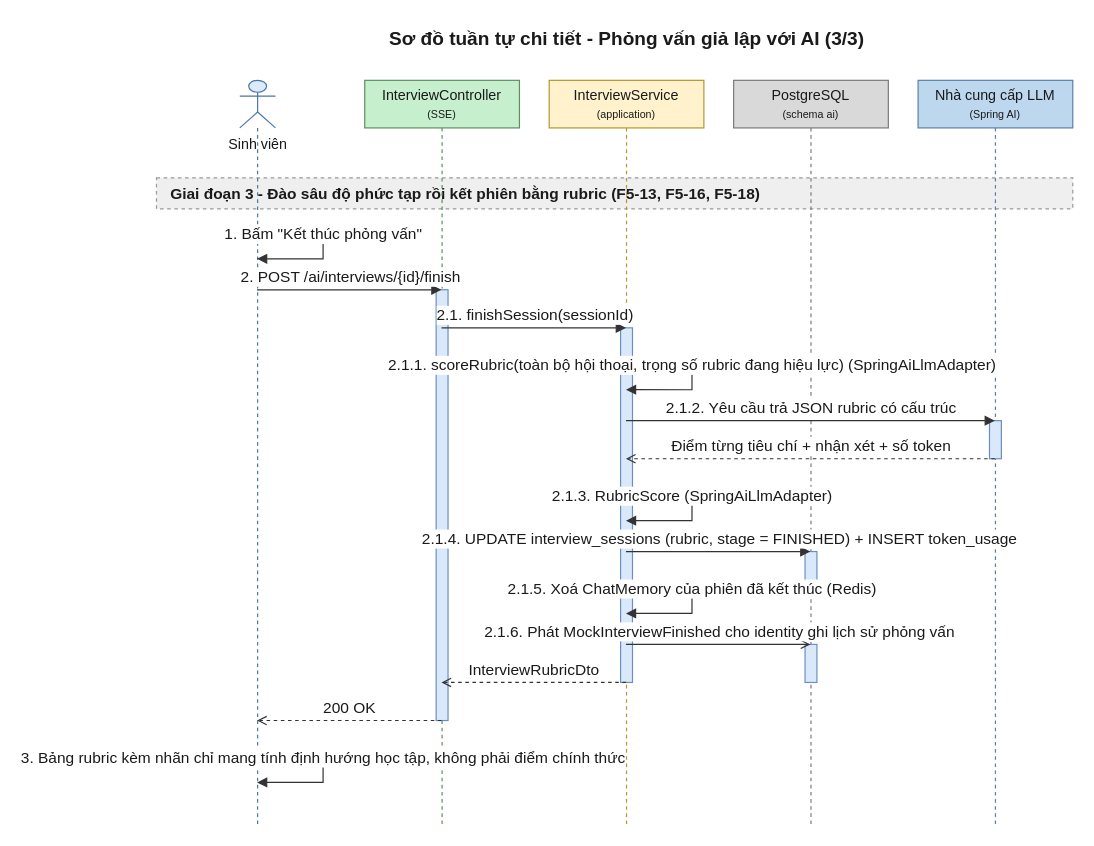
The draw.io diagram 08-diagram/sequence/user/sequence_user_phong_van_gia_lap_ai_p3.drawio in daiphu1801/PRJ_ALGOPREP, before the edit. Source tidied: cells renumbered, new cells numbered last; positions are measured from the earlier drawing's top-left corner, leaving out a move shared by most shapes. Both pictures are drawn from the tidied source at 119%, with x=0, y=0 at pixel (156, 20).
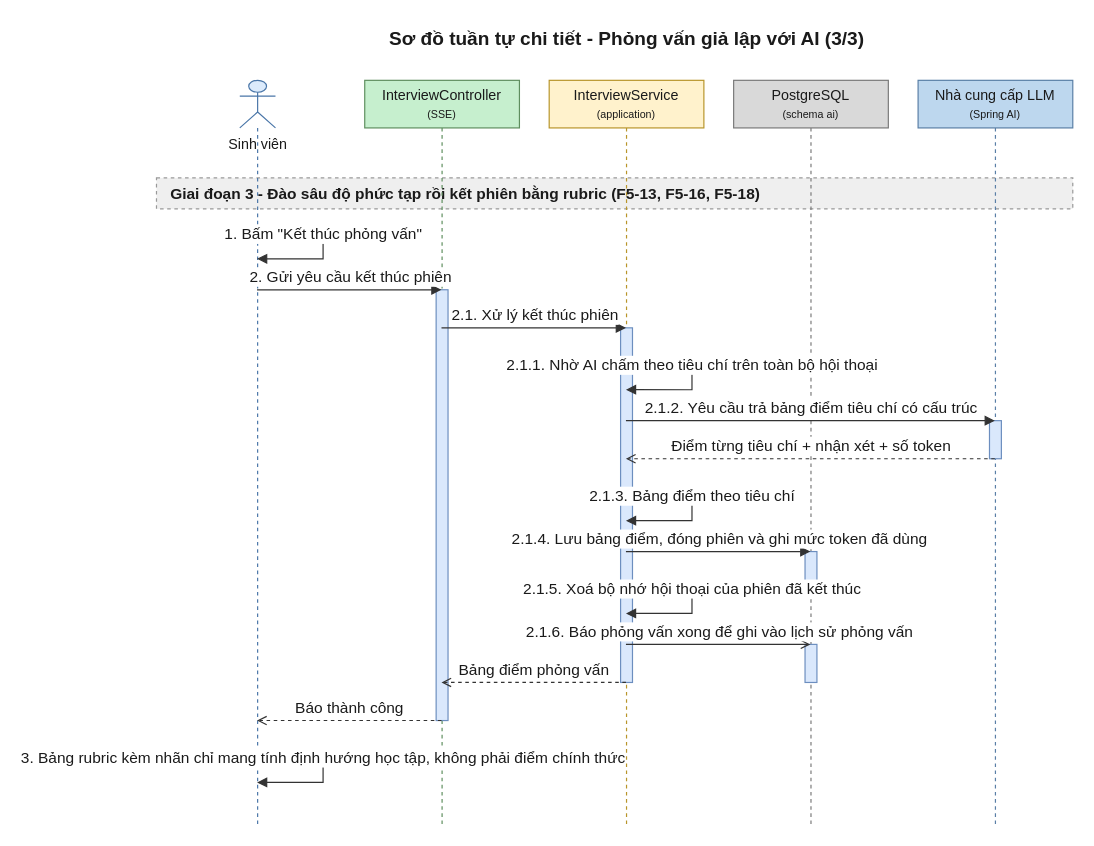
After the change.

Unchanged cells that the change refers to:
```xml
<mxCell id="4" value="Sinh viên" style="shape=umlLifeline;participant=umlActor;perimeter=lifelinePerimeter;html=1;outlineConnect=0;size=40;verticalAlign=top;spacingTop=40;fillColor=#DCEBFC;strokeColor=#4A76A8;fontColor=#1A1A1A;" parent="1" vertex="1">
  <mxGeometry x="70" y="50" width="30" height="626" as="geometry" />
</mxCell>
<mxCell id="5" value="InterviewController&lt;br&gt;&lt;font style=&quot;font-size:9px&quot;&gt;(SSE)&lt;/font&gt;" style="shape=umlLifeline;perimeter=lifelinePerimeter;whiteSpace=wrap;html=1;outlineConnect=0;size=40;fillColor=#C6EFCE;strokeColor=#5E8E5E;fontColor=#1A1A1A;" parent="1" vertex="1">
  <mxGeometry x="175" y="50" width="130" height="626" as="geometry" />
</mxCell>
<mxCell id="6" value="InterviewService&lt;br&gt;&lt;font style=&quot;font-size:9px&quot;&gt;(application)&lt;/font&gt;" style="shape=umlLifeline;perimeter=lifelinePerimeter;whiteSpace=wrap;html=1;outlineConnect=0;size=40;fillColor=#FFF2CC;strokeColor=#B8952A;fontColor=#1A1A1A;" parent="1" vertex="1">
  <mxGeometry x="330" y="50" width="130" height="626" as="geometry" />
</mxCell>
<mxCell id="7" value="PostgreSQL&lt;br&gt;&lt;font style=&quot;font-size:9px&quot;&gt;(schema ai)&lt;/font&gt;" style="shape=umlLifeline;perimeter=lifelinePerimeter;whiteSpace=wrap;html=1;outlineConnect=0;size=40;fillColor=#D9D9D9;strokeColor=#7A7A7A;fontColor=#1A1A1A;" parent="1" vertex="1">
  <mxGeometry x="485" y="50" width="130" height="626" as="geometry" />
</mxCell>
<mxCell id="8" value="Nhà cung cấp LLM&lt;br&gt;&lt;font style=&quot;font-size:9px&quot;&gt;(Spring AI)&lt;/font&gt;" style="shape=umlLifeline;perimeter=lifelinePerimeter;whiteSpace=wrap;html=1;outlineConnect=0;size=40;fillColor=#BDD7EE;strokeColor=#5A7FA6;fontColor=#1A1A1A;" parent="1" vertex="1">
  <mxGeometry x="640" y="50" width="130" height="626" as="geometry" />
</mxCell>
```

Diff of the diagram source:
```diff
@@
-    <mxCell id="15" value="2. POST /ai/interviews/{id}/finish" style="edgeStyle=none;html=1;endArrow=block;endFill=1;strokeColor=#333333;fontColor=#1A1A1A;fontSize=13;verticalAlign=bottom;exitX=0.5;exitY=0.2812;exitDx=0;exitDy=0;entryX=0.5;entryY=0.2812;entryDx=0;entryDy=0;" parent="1" edge="1" source="4" target="5">
+    <mxCell id="15" value="2. Gửi yêu cầu kết thúc phiên" style="edgeStyle=none;html=1;endArrow=block;endFill=1;strokeColor=#333333;fontColor=#1A1A1A;fontSize=13;verticalAlign=bottom;exitX=0.5;exitY=0.2812;exitDx=0;exitDy=0;entryX=0.5;entryY=0.2812;entryDx=0;entryDy=0;" parent="1" edge="1" source="4" target="5">
       <mxGeometry relative="1" as="geometry" />
     </mxCell>
-    <mxCell id="16" value="2.1. finishSession(sessionId)" style="edgeStyle=none;html=1;endArrow=block;endFill=1;strokeColor=#333333;fontColor=#1A1A1A;fontSize=13;verticalAlign=bottom;exitX=0.5;exitY=0.3323;exitDx=0;exitDy=0;entryX=0.5;entryY=0.3323;entryDx=0;entryDy=0;" parent="1" edge="1" source="5" target="6">
+    <mxCell id="16" value="2.1. Xử lý kết thúc phiên" style="edgeStyle=none;html=1;endArrow=block;endFill=1;strokeColor=#333333;fontColor=#1A1A1A;fontSize=13;verticalAlign=bottom;exitX=0.5;exitY=0.3323;exitDx=0;exitDy=0;entryX=0.5;entryY=0.3323;entryDx=0;entryDy=0;" parent="1" edge="1" source="5" target="6">
       <mxGeometry relative="1" as="geometry" />
     </mxCell>
-    <mxCell id="17" value="2.1.1. scoreRubric(toàn bộ hội thoại, trọng số rubric đang hiệu lực) (SpringAiLlmAdapter)" style="edgeStyle=orthogonalEdgeStyle;rounded=0;html=1;endArrow=block;endFill=1;strokeColor=#333333;fontColor=#1A1A1A;fontSize=13;verticalAlign=bottom;exitX=0.5;exitY=0.3834;exitDx=0;exitDy=0;entryX=0.5;entryY=0.4153;entryDx=0;entryDy=0;" parent="1" edge="1" source="6" target="6">
+    <mxCell id="17" value="2.1.1. Nhờ AI chấm theo tiêu chí trên toàn bộ hội thoại" style="edgeStyle=orthogonalEdgeStyle;rounded=0;html=1;endArrow=block;endFill=1;strokeColor=#333333;fontColor=#1A1A1A;fontSize=13;verticalAlign=bottom;exitX=0.5;exitY=0.3834;exitDx=0;exitDy=0;entryX=0.5;entryY=0.4153;entryDx=0;entryDy=0;" parent="1" edge="1" source="6" target="6">
       <mxGeometry relative="1" as="geometry">
         <Array as="points">
           <mxPoint x="450" y="290" />
           <mxPoint x="450" y="310" />
         </Array>
       </mxGeometry>
     </mxCell>
-    <mxCell id="18" value="2.1.2. Yêu cầu trả JSON rubric có cấu trúc" style="edgeStyle=none;html=1;endArrow=block;endFill=1;strokeColor=#333333;fontColor=#1A1A1A;fontSize=13;verticalAlign=bottom;exitX=0.5;exitY=0.4569;exitDx=0;exitDy=0;entryX=0.5;entryY=0.4569;entryDx=0;entryDy=0;" parent="1" edge="1" source="6" target="8">
+    <mxCell id="18" value="2.1.2. Yêu cầu trả bảng điểm tiêu chí có cấu trúc" style="edgeStyle=none;html=1;endArrow=block;endFill=1;strokeColor=#333333;fontColor=#1A1A1A;fontSize=13;verticalAlign=bottom;exitX=0.5;exitY=0.4569;exitDx=0;exitDy=0;entryX=0.5;entryY=0.4569;entryDx=0;entryDy=0;" parent="1" edge="1" source="6" target="8">
       <mxGeometry relative="1" as="geometry" />
     </mxCell>
@@
-    <mxCell id="20" value="2.1.3. RubricScore (SpringAiLlmAdapter)" style="edgeStyle=orthogonalEdgeStyle;rounded=0;html=1;endArrow=block;endFill=1;strokeColor=#333333;fontColor=#1A1A1A;fontSize=13;verticalAlign=bottom;exitX=0.5;exitY=0.5591;exitDx=0;exitDy=0;entryX=0.5;entryY=0.5911;entryDx=0;entryDy=0;" parent="1" edge="1" source="6" target="6">
+    <mxCell id="20" value="2.1.3. Bảng điểm theo tiêu chí" style="edgeStyle=orthogonalEdgeStyle;rounded=0;html=1;endArrow=block;endFill=1;strokeColor=#333333;fontColor=#1A1A1A;fontSize=13;verticalAlign=bottom;exitX=0.5;exitY=0.5591;exitDx=0;exitDy=0;entryX=0.5;entryY=0.5911;entryDx=0;entryDy=0;" parent="1" edge="1" source="6" target="6">
       <mxGeometry relative="1" as="geometry">
         <Array as="points">
           <mxPoint x="450" y="400" />
           <mxPoint x="450" y="420" />
         </Array>
       </mxGeometry>
     </mxCell>
-    <mxCell id="21" value="2.1.4. UPDATE interview_sessions (rubric, stage = FINISHED) + INSERT token_usage" style="edgeStyle=none;html=1;endArrow=block;endFill=1;strokeColor=#333333;fontColor=#1A1A1A;fontSize=13;verticalAlign=bottom;exitX=0.5;exitY=0.6326;exitDx=0;exitDy=0;entryX=0.5;entryY=0.6326;entryDx=0;entryDy=0;" parent="1" edge="1" source="6" target="7">
+    <mxCell id="21" value="2.1.4. Lưu bảng điểm, đóng phiên và ghi mức token đã dùng" style="edgeStyle=none;html=1;endArrow=block;endFill=1;strokeColor=#333333;fontColor=#1A1A1A;fontSize=13;verticalAlign=bottom;exitX=0.5;exitY=0.6326;exitDx=0;exitDy=0;entryX=0.5;entryY=0.6326;entryDx=0;entryDy=0;" parent="1" edge="1" source="6" target="7">
       <mxGeometry relative="1" as="geometry" />
     </mxCell>
-    <mxCell id="22" value="2.1.5. Xoá ChatMemory của phiên đã kết thúc (Redis)" style="edgeStyle=orthogonalEdgeStyle;rounded=0;html=1;endArrow=block;endFill=1;strokeColor=#333333;fontColor=#1A1A1A;fontSize=13;verticalAlign=bottom;exitX=0.5;exitY=0.6837;exitDx=0;exitDy=0;entryX=0.5;entryY=0.7157;entryDx=0;entryDy=0;" parent="1" edge="1" source="6" target="6">
+    <mxCell id="22" value="2.1.5. Xoá bộ nhớ hội thoại của phiên đã kết thúc" style="edgeStyle=orthogonalEdgeStyle;rounded=0;html=1;endArrow=block;endFill=1;strokeColor=#333333;fontColor=#1A1A1A;fontSize=13;verticalAlign=bottom;exitX=0.5;exitY=0.6837;exitDx=0;exitDy=0;entryX=0.5;entryY=0.7157;entryDx=0;entryDy=0;" parent="1" edge="1" source="6" target="6">
       <mxGeometry relative="1" as="geometry">
         <Array as="points">
           <mxPoint x="450" y="478" />
           <mxPoint x="450" y="498" />
         </Array>
       </mxGeometry>
     </mxCell>
-    <mxCell id="23" value="2.1.6. Phát MockInterviewFinished cho identity ghi lịch sử phỏng vấn" style="edgeStyle=none;html=1;endArrow=open;endFill=0;strokeColor=#333333;fontColor=#1A1A1A;fontSize=13;verticalAlign=bottom;exitX=0.5;exitY=0.7572;exitDx=0;exitDy=0;entryX=0.5;entryY=0.7572;entryDx=0;entryDy=0;" parent="1" edge="1" source="6" target="7">
+    <mxCell id="23" value="2.1.6. Báo phỏng vấn xong để ghi vào lịch sử phỏng vấn" style="edgeStyle=none;html=1;endArrow=open;endFill=0;strokeColor=#333333;fontColor=#1A1A1A;fontSize=13;verticalAlign=bottom;exitX=0.5;exitY=0.7572;exitDx=0;exitDy=0;entryX=0.5;entryY=0.7572;entryDx=0;entryDy=0;" parent="1" edge="1" source="6" target="7">
       <mxGeometry relative="1" as="geometry" />
     </mxCell>
-    <mxCell id="24" value="InterviewRubricDto" style="edgeStyle=none;html=1;endArrow=open;endFill=0;dashed=1;strokeColor=#333333;fontColor=#1A1A1A;fontSize=13;verticalAlign=bottom;exitX=0.5;exitY=0.8083;exitDx=0;exitDy=0;entryX=0.5;entryY=0.8083;entryDx=0;entryDy=0;" parent="1" edge="1" source="6" target="5">
+    <mxCell id="24" value="Bảng điểm phỏng vấn" style="edgeStyle=none;html=1;endArrow=open;endFill=0;dashed=1;strokeColor=#333333;fontColor=#1A1A1A;fontSize=13;verticalAlign=bottom;exitX=0.5;exitY=0.8083;exitDx=0;exitDy=0;entryX=0.5;entryY=0.8083;entryDx=0;entryDy=0;" parent="1" edge="1" source="6" target="5">
       <mxGeometry relative="1" as="geometry" />
     </mxCell>
-    <mxCell id="25" value="200 OK" style="edgeStyle=none;html=1;endArrow=open;endFill=0;dashed=1;strokeColor=#333333;fontColor=#1A1A1A;fontSize=13;verticalAlign=bottom;exitX=0.5;exitY=0.8594;exitDx=0;exitDy=0;entryX=0.5;entryY=0.8594;entryDx=0;entryDy=0;" parent="1" edge="1" source="5" target="4">
+    <mxCell id="25" value="Báo thành công" style="edgeStyle=none;html=1;endArrow=open;endFill=0;dashed=1;strokeColor=#333333;fontColor=#1A1A1A;fontSize=13;verticalAlign=bottom;exitX=0.5;exitY=0.8594;exitDx=0;exitDy=0;entryX=0.5;entryY=0.8594;entryDx=0;entryDy=0;" parent="1" edge="1" source="5" target="4">
       <mxGeometry relative="1" as="geometry" />
     </mxCell>
```
